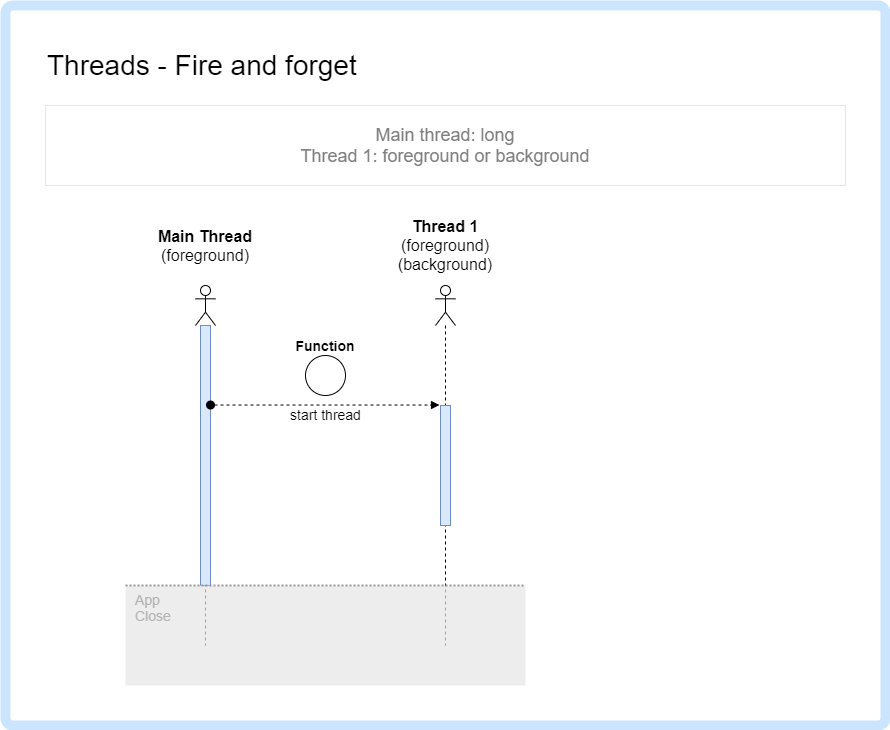
Above: doc/diagrams/01 - threads-01.drawio.png in CSharp-Pills-15mg/Parallel-Evolution (draw.io), before the change. Source tidied: cells renumbered, new cells last; positions are measured from the earlier drawing's top-left corner, leaving out a move shared by most shapes. The source it was exported from:
```xml
<mxGraphModel>
  <root>
    <mxCell id="0" />
    <mxCell id="1" parent="0" />
    <mxCell id="2" style="rounded=1;whiteSpace=wrap;html=1;arcSize=1;strokeWidth=10;strokeColor=#CCE5FF;" parent="1" vertex="1">
      <mxGeometry width="880" height="720" as="geometry" />
    </mxCell>
    <mxCell id="3" value="Threads - Fire and forget" style="text;html=1;strokeColor=none;fillColor=none;align=left;verticalAlign=middle;whiteSpace=wrap;rounded=0;fontSize=28;" parent="1" vertex="1">
      <mxGeometry x="40" y="40" width="600" height="40" as="geometry" />
    </mxCell>
    <mxCell id="4" style="shape=umlLifeline;participant=umlActor;perimeter=lifelinePerimeter;whiteSpace=wrap;html=1;verticalAlign=top;spacingTop=36;fontSize=18;align=left;" parent="1" vertex="1">
      <mxGeometry x="190" y="280" width="20" height="360" as="geometry" />
    </mxCell>
    <mxCell id="5" style="html=1;points=[];perimeter=orthogonalPerimeter;fontSize=18;align=left;fillColor=#dae8fc;strokeColor=#6c8ebf;" parent="4" vertex="1">
      <mxGeometry x="5" y="40" width="10" height="260" as="geometry" />
    </mxCell>
    <mxCell id="6" value="&lt;b style=&quot;font-size: 16px;&quot;&gt;Main Thread&lt;/b&gt;&lt;br style=&quot;font-size: 16px;&quot;&gt;(foreground)" style="text;html=1;strokeColor=none;fillColor=none;align=center;verticalAlign=middle;whiteSpace=wrap;rounded=0;fontSize=16;" parent="1" vertex="1">
      <mxGeometry x="140" y="230" width="120" height="20" as="geometry" />
    </mxCell>
    <mxCell id="7" style="shape=umlLifeline;participant=umlActor;perimeter=lifelinePerimeter;whiteSpace=wrap;html=1;verticalAlign=top;spacingTop=36;fontSize=18;align=left;" parent="1" vertex="1">
      <mxGeometry x="430" y="280" width="20" height="360" as="geometry" />
    </mxCell>
    <mxCell id="8" style="html=1;points=[];perimeter=orthogonalPerimeter;fontSize=18;align=left;fillColor=#dae8fc;strokeColor=#6c8ebf;" parent="7" vertex="1">
      <mxGeometry x="5" y="120" width="10" height="120" as="geometry" />
    </mxCell>
    <mxCell id="9" value="start thread" style="html=1;verticalAlign=bottom;startArrow=oval;endArrow=block;startSize=8;fontSize=14;dashed=1;entryX=-0.1;entryY=-0.004;entryDx=0;entryDy=0;entryPerimeter=0;" parent="1" edge="1" source="5" target="8">
      <mxGeometry y="-20" relative="1" as="geometry" />
    </mxCell>
    <mxCell id="10" value="&lt;b style=&quot;font-size: 16px;&quot;&gt;Thread 1&lt;/b&gt;&lt;br style=&quot;font-size: 16px;&quot;&gt;(foreground)&lt;br style=&quot;font-size: 16px;&quot;&gt;(background)" style="text;html=1;strokeColor=none;fillColor=none;align=center;verticalAlign=middle;whiteSpace=wrap;rounded=0;fontSize=16;" parent="1" vertex="1">
      <mxGeometry x="400" y="230" width="80" height="20" as="geometry" />
    </mxCell>
    <mxCell id="11" value="Main thread: long&lt;br&gt;Thread 1: foreground or background" style="text;html=1;fillColor=none;align=center;verticalAlign=middle;whiteSpace=wrap;rounded=0;fontSize=18;fontColor=#808080;strokeColor=#E6E6E6;" parent="1" vertex="1">
      <mxGeometry x="40" y="100" width="800" height="80" as="geometry" />
    </mxCell>
    <mxCell id="12" value="App&lt;br&gt;Close" style="rounded=0;whiteSpace=wrap;html=1;fontSize=14;align=left;strokeColor=none;fillColor=#E6E6E6;opacity=70;verticalAlign=top;spacingLeft=8;fontColor=#B3B3B3;" parent="1" vertex="1">
      <mxGeometry x="120" y="580" width="400" height="100" as="geometry" />
    </mxCell>
    <mxCell id="13" style="endArrow=none;dashed=1;html=1;dashPattern=1 1;strokeWidth=2;fontSize=14;strokeColor=#999999;entryX=1;entryY=0;entryDx=0;entryDy=0;exitX=0;exitY=0;exitDx=0;exitDy=0;" parent="1" edge="1" source="12" target="12">
      <mxGeometry relative="1" as="geometry" />
    </mxCell>
    <mxCell id="14" value="&lt;b&gt;Function&lt;/b&gt;" style="text;html=1;strokeColor=none;fillColor=none;align=center;verticalAlign=middle;whiteSpace=wrap;rounded=0;fontSize=14;" parent="1" vertex="1">
      <mxGeometry x="280" y="330" width="80" height="20" as="geometry" />
    </mxCell>
    <mxCell id="15" style="ellipse;whiteSpace=wrap;html=1;" parent="1" vertex="1">
      <mxGeometry x="300" y="350" width="40" height="40" as="geometry" />
    </mxCell>
  </root>
</mxGraphModel>
```
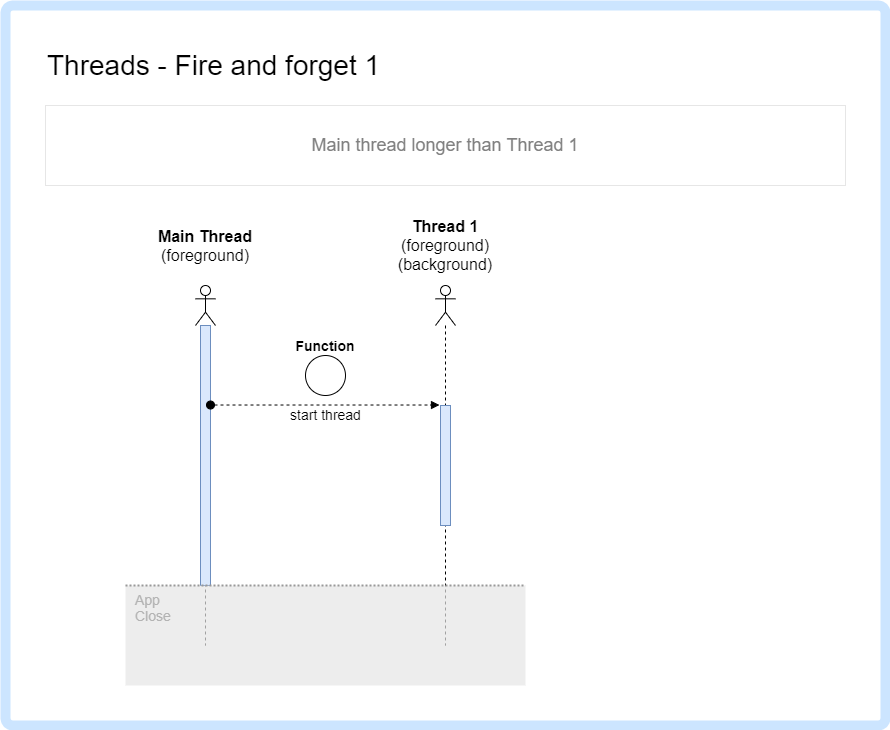
After the commit.

Diff of the diagram source:
```diff
@@ -5,7 +5,7 @@
     <mxCell id="2" style="rounded=1;whiteSpace=wrap;html=1;arcSize=1;strokeWidth=10;strokeColor=#CCE5FF;" parent="1" vertex="1">
       <mxGeometry width="880" height="720" as="geometry" />
     </mxCell>
-    <mxCell id="3" value="Threads - Fire and forget" style="text;html=1;strokeColor=none;fillColor=none;align=left;verticalAlign=middle;whiteSpace=wrap;rounded=0;fontSize=28;" parent="1" vertex="1">
+    <mxCell id="3" value="Threads - Fire and forget 1" style="text;html=1;strokeColor=none;fillColor=none;align=left;verticalAlign=middle;whiteSpace=wrap;rounded=0;fontSize=28;" parent="1" vertex="1">
       <mxGeometry x="40" y="40" width="600" height="40" as="geometry" />
     </mxCell>
     <mxCell id="4" style="shape=umlLifeline;participant=umlActor;perimeter=lifelinePerimeter;whiteSpace=wrap;html=1;verticalAlign=top;spacingTop=36;fontSize=18;align=left;" parent="1" vertex="1">
@@ -29,7 +29,7 @@
     <mxCell id="10" value="&lt;b style=&quot;font-size: 16px;&quot;&gt;Thread 1&lt;/b&gt;&lt;br style=&quot;font-size: 16px;&quot;&gt;(foreground)&lt;br style=&quot;font-size: 16px;&quot;&gt;(background)" style="text;html=1;strokeColor=none;fillColor=none;align=center;verticalAlign=middle;whiteSpace=wrap;rounded=0;fontSize=16;" parent="1" vertex="1">
       <mxGeometry x="400" y="230" width="80" height="20" as="geometry" />
     </mxCell>
-    <mxCell id="11" value="Main thread: long&lt;br&gt;Thread 1: foreground or background" style="text;html=1;fillColor=none;align=center;verticalAlign=middle;whiteSpace=wrap;rounded=0;fontSize=18;fontColor=#808080;strokeColor=#E6E6E6;" parent="1" vertex="1">
+    <mxCell id="11" value="Main thread longer than Thread 1" style="text;html=1;fillColor=none;align=center;verticalAlign=middle;whiteSpace=wrap;rounded=0;fontSize=18;fontColor=#808080;strokeColor=#E6E6E6;" parent="1" vertex="1">
       <mxGeometry x="40" y="100" width="800" height="80" as="geometry" />
     </mxCell>
     <mxCell id="12" value="App&lt;br&gt;Close" style="rounded=0;whiteSpace=wrap;html=1;fontSize=14;align=left;strokeColor=none;fillColor=#E6E6E6;opacity=70;verticalAlign=top;spacingLeft=8;fontColor=#B3B3B3;" parent="1" vertex="1">
```
